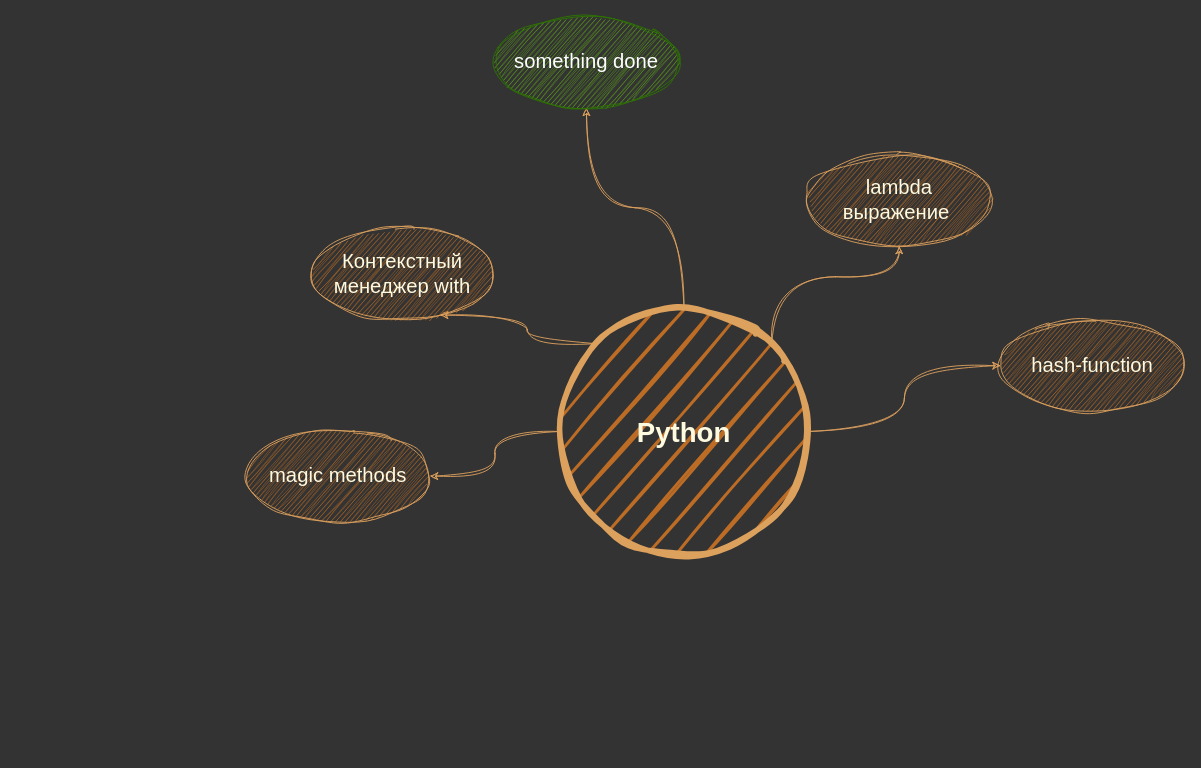
Before: Untitled Diagram.drawio in zhivvv/study, a draw.io diagram. Source tidied: cells renumbered, new cells numbered last; positions are measured from the earlier drawing's top-left corner, leaving out a move shared by most shapes. Both pictures are drawn from the tidied source at 92%, with x=0, y=0 at pixel (246, 16).
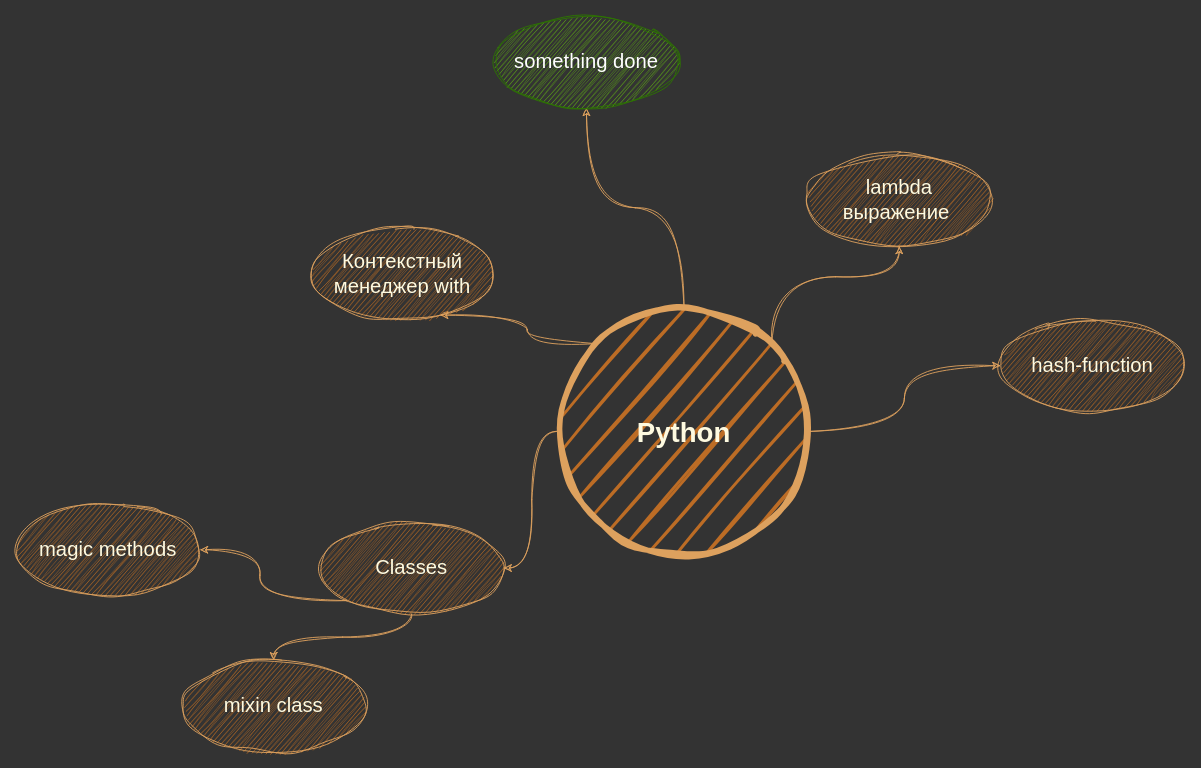
The same page after the edit.

Commit message:
mixin added, reorder to classes

Change to the diagram source:
```diff
@@
 <mxGraphModel background="#333333">
   <root>
     <mxCell id="0" />
     <mxCell id="1" parent="0" />
     <mxCell id="2" style="edgeStyle=orthogonalEdgeStyle;curved=1;jettySize=auto;html=1;exitX=0;exitY=0;exitDx=0;exitDy=0;entryX=0.705;entryY=0.95;entryDx=0;entryDy=0;entryPerimeter=0;fontSize=15;noJump=0;orthogonal=0;enumerate=0;comic=0;sketch=1;curveFitting=1;jiggle=2;labelBackgroundColor=none;strokeColor=#DDA15E;fontColor=default;rounded=1;" parent="1" edge="1" source="7" target="8">
       <mxGeometry relative="1" as="geometry" />
     </mxCell>
     <mxCell id="3" style="edgeStyle=orthogonalEdgeStyle;hachureGap=4;jettySize=auto;html=1;exitX=1;exitY=0;exitDx=0;exitDy=0;entryX=0.5;entryY=1;entryDx=0;entryDy=0;fontFamily=Helvetica;fontSize=15;labelBackgroundColor=none;strokeColor=#DDA15E;comic=0;sketch=1;curveFitting=1;jiggle=2;jumpStyle=none;curved=1;" parent="1" edge="1" source="7" target="9">
       <mxGeometry relative="1" as="geometry" />
     </mxCell>
     <mxCell id="4" style="edgeStyle=orthogonalEdgeStyle;sketch=1;hachureGap=4;jiggle=2;curveFitting=1;jettySize=auto;html=1;entryX=0.5;entryY=1;entryDx=0;entryDy=0;fontFamily=Helvetica;fontSize=15;labelBackgroundColor=none;strokeColor=#DDA15E;comic=0;curved=1;" parent="1" edge="1" source="7" target="11">
       <mxGeometry relative="1" as="geometry" />
     </mxCell>
     <mxCell id="5" style="edgeStyle=orthogonalEdgeStyle;curved=1;sketch=1;hachureGap=4;jiggle=2;curveFitting=1;jettySize=auto;html=1;entryX=0;entryY=0.5;entryDx=0;entryDy=0;fontFamily=Helvetica;fontSize=15;labelBackgroundColor=none;strokeColor=#DDA15E;comic=0;" parent="1" edge="1" source="7" target="10">
       <mxGeometry relative="1" as="geometry" />
     </mxCell>
-    <mxCell id="6" style="edgeStyle=orthogonalEdgeStyle;sketch=1;hachureGap=4;jiggle=2;curveFitting=1;jettySize=auto;html=1;fontFamily=Helvetica;fontSize=15;labelBackgroundColor=none;strokeColor=#DDA15E;comic=0;curved=1;" parent="1" edge="1" source="7" target="12">
+    <mxCell id="6" style="edgeStyle=orthogonalEdgeStyle;sketch=1;hachureGap=4;jiggle=2;curveFitting=1;jettySize=auto;html=1;fontFamily=Helvetica;fontSize=15;labelBackgroundColor=none;strokeColor=#DDA15E;comic=0;curved=1;exitX=0;exitY=1;exitDx=0;exitDy=0;" parent="1" edge="1" source="16" target="12">
       <mxGeometry relative="1" as="geometry" />
     </mxCell>
+    <mxCell id="13" style="edgeStyle=orthogonalEdgeStyle;curved=1;sketch=1;hachureGap=4;jiggle=2;curveFitting=1;jettySize=auto;html=1;entryX=1;entryY=0.5;entryDx=0;entryDy=0;fontFamily=Helvetica;fontSize=15;labelBackgroundColor=none;strokeColor=#DDA15E;comic=0;" parent="1" edge="1" source="7" target="16">
+      <mxGeometry relative="1" as="geometry" />
+    </mxCell>
     <mxCell id="7" value="Python" style="ellipse;whiteSpace=wrap;html=1;shadow=0;fontFamily=Helvetica;fontSize=30;fontColor=#FEFAE0;align=center;strokeColor=#DDA15E;strokeWidth=6;fillColor=#BC6C25;fontStyle=1;sketch=1;curveFitting=1;jiggle=2;labelBackgroundColor=none;rounded=1;" parent="1" vertex="1">
       <mxGeometry x="341" y="316.5" width="270" height="270" as="geometry" />
     </mxCell>
     <mxCell id="8" value="&lt;font style=&quot;font-size: 22px;&quot;&gt;Контекстный менеджер with&lt;/font&gt;" style="ellipse;whiteSpace=wrap;html=1;sketch=1;curveFitting=1;jiggle=2;fillColor=#BC6C25;strokeColor=#DDA15E;fontColor=#FEFAE0;labelBackgroundColor=none;rounded=1;" parent="1" vertex="1">
       <mxGeometry x="70" y="230" width="200" height="100" as="geometry" />
     </mxCell>
     <mxCell id="9" value="&lt;font style=&quot;font-size: 22px;&quot;&gt;lambda выражение&amp;nbsp;&lt;/font&gt;" style="ellipse;whiteSpace=wrap;html=1;sketch=1;curveFitting=1;jiggle=2;fillColor=#BC6C25;strokeColor=#DDA15E;fontColor=#FEFAE0;labelBackgroundColor=none;rounded=1;" parent="1" vertex="1">
       <mxGeometry x="610" y="150" width="200" height="100" as="geometry" />
     </mxCell>
     <mxCell id="10" value="&lt;font style=&quot;font-size: 22px;&quot;&gt;hash-function&lt;/font&gt;" style="ellipse;whiteSpace=wrap;html=1;sketch=1;curveFitting=1;jiggle=2;fillColor=#BC6C25;strokeColor=#DDA15E;fontColor=#FEFAE0;labelBackgroundColor=none;rounded=1;" parent="1" vertex="1">
       <mxGeometry x="820" y="330" width="200" height="100" as="geometry" />
     </mxCell>
     <mxCell id="11" value="&lt;font style=&quot;font-size: 22px;&quot;&gt;something done&lt;/font&gt;" style="ellipse;whiteSpace=wrap;html=1;sketch=1;curveFitting=1;jiggle=2;fillColor=#60a917;strokeColor=#2D7600;fontColor=#ffffff;labelBackgroundColor=none;rounded=1;" parent="1" vertex="1">
       <mxGeometry x="270" width="200" height="100" as="geometry" />
     </mxCell>
     <mxCell id="12" value="&lt;font style=&quot;font-size: 22px;&quot;&gt;magic methods&lt;/font&gt;" style="ellipse;whiteSpace=wrap;html=1;sketch=1;curveFitting=1;jiggle=2;fillColor=#BC6C25;strokeColor=#DDA15E;fontColor=#FEFAE0;labelBackgroundColor=none;rounded=1;" parent="1" vertex="1">
-      <mxGeometry y="450" width="200" height="100" as="geometry" />
+      <mxGeometry x="-250" y="530" width="200" height="100" as="geometry" />
     </mxCell>
+    <mxCell id="14" value="&lt;font style=&quot;font-size: 22px;&quot;&gt;mixin class&lt;/font&gt;" style="ellipse;whiteSpace=wrap;html=1;sketch=1;curveFitting=1;jiggle=2;fillColor=#BC6C25;strokeColor=#DDA15E;fontColor=#FEFAE0;labelBackgroundColor=none;rounded=1;" parent="1" vertex="1">
+      <mxGeometry x="-70" y="700" width="200" height="100" as="geometry" />
+    </mxCell>
+    <mxCell id="15" style="edgeStyle=orthogonalEdgeStyle;curved=1;sketch=1;hachureGap=4;jiggle=2;curveFitting=1;jettySize=auto;html=1;fontFamily=Helvetica;fontSize=15;labelBackgroundColor=none;strokeColor=#DDA15E;comic=0;" parent="1" edge="1" source="16" target="14">
+      <mxGeometry relative="1" as="geometry" />
+    </mxCell>
+    <mxCell id="16" value="&lt;span style=&quot;font-size: 22px;&quot;&gt;Classes&lt;/span&gt;" style="ellipse;whiteSpace=wrap;html=1;sketch=1;curveFitting=1;jiggle=2;fillColor=#BC6C25;strokeColor=#DDA15E;fontColor=#FEFAE0;labelBackgroundColor=none;rounded=1;" parent="1" vertex="1">
+      <mxGeometry x="80" y="550" width="200" height="100" as="geometry" />
+    </mxCell>
   </root>
 </mxGraphModel>
```
